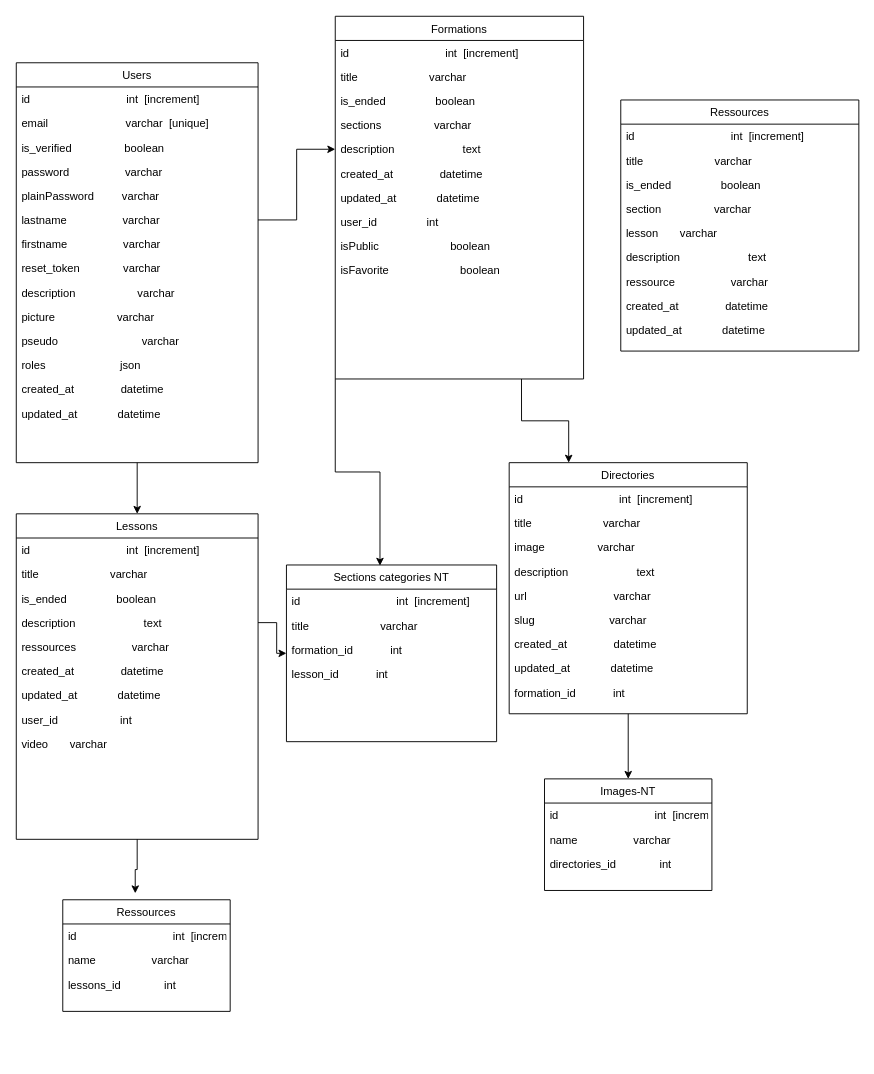
Above: ECO IT/diag_de_classe_ecoit.drawio in cyrisa02/diagrammes-UML (draw.io), before the change. Source tidied: cells renumbered, new cells numbered last; positions are measured from the earlier drawing's top-left corner, leaving out a move shared by most shapes. Both pictures are drawn from the tidied source at 93%, with x=0, y=0 at pixel (16, 16).
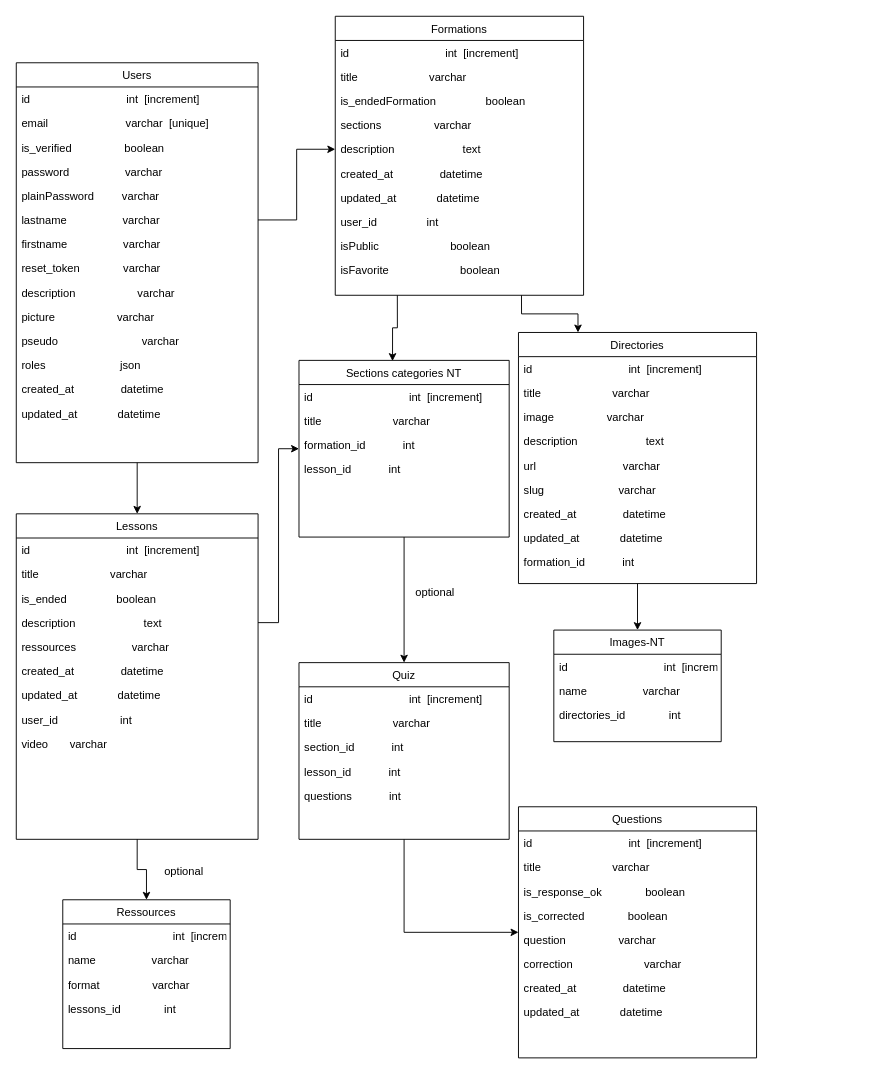
Above is the later version.

The change refers to these unchanged cells:
```xml
<mxCell id="37" value="Lessons" style="swimlane;fontStyle=0;align=center;verticalAlign=top;horizontal=1;startSize=26;rounded=0;shadow=0;strokeWidth=1;" parent="1" vertex="1">
  <mxGeometry y="535" width="260" height="350" as="geometry" />
</mxCell>
```

Change to the diagram source:
```diff
@@
-    <mxCell id="18" style="edgeStyle=orthogonalEdgeStyle;rounded=0;jettySize=auto;html=1;exitX=0;exitY=1;exitDx=0;exitDy=0;entryX=0.445;entryY=0.004;entryDx=0;entryDy=0;entryPerimeter=0;" parent="1" edge="1" source="20" target="31">
+    <mxCell id="18" style="edgeStyle=orthogonalEdgeStyle;rounded=0;jettySize=auto;html=1;entryX=0.445;entryY=0.004;entryDx=0;entryDy=0;entryPerimeter=0;exitX=0.25;exitY=1;exitDx=0;exitDy=0;" parent="1" edge="1" source="20" target="31">
       <mxGeometry relative="1" as="geometry" />
     </mxCell>
@@
     <mxCell id="20" value="Formations" style="swimlane;fontStyle=0;align=center;verticalAlign=top;horizontal=1;startSize=26;rounded=0;shadow=0;strokeWidth=1;" parent="1" vertex="1">
-      <mxGeometry x="343" width="267" height="390" as="geometry" />
+      <mxGeometry x="343" width="267" height="300" as="geometry" />
     </mxCell>
@@
-    <mxCell id="23" value="is_ended                boolean" style="text;align=left;verticalAlign=top;spacingLeft=4;spacingRight=4;overflow=hidden;" parent="20" vertex="1">
+    <mxCell id="23" value="is_endedFormation                boolean" style="text;align=left;verticalAlign=top;spacingLeft=4;spacingRight=4;overflow=hidden;" parent="20" vertex="1">
       <mxGeometry y="78" width="267" height="26" as="geometry" />
     </mxCell>
@@
+    <mxCell id="78" style="edgeStyle=orthogonalEdgeStyle;rounded=0;jettySize=auto;html=1;exitX=0.5;exitY=1;exitDx=0;exitDy=0;" parent="1" edge="1" source="31" target="84">
+      <mxGeometry relative="1" as="geometry" />
+    </mxCell>
     <mxCell id="31" value="Sections categories NT" style="swimlane;fontStyle=0;align=center;verticalAlign=top;horizontal=1;startSize=26;rounded=0;shadow=0;strokeWidth=1;" parent="1" vertex="1">
-      <mxGeometry x="290.5" y="590" width="226" height="190" as="geometry" />
+      <mxGeometry x="304" y="370" width="226" height="190" as="geometry" />
     </mxCell>
@@
-    <mxCell id="36" style="edgeStyle=orthogonalEdgeStyle;rounded=0;jettySize=auto;html=1;exitX=0.5;exitY=1;exitDx=0;exitDy=0;entryX=0.433;entryY=-0.058;entryDx=0;entryDy=0;entryPerimeter=0;" parent="1" edge="1" source="37" target="74">
+    <mxCell id="36" style="edgeStyle=orthogonalEdgeStyle;rounded=0;jettySize=auto;html=1;exitX=0.5;exitY=1;exitDx=0;exitDy=0;entryX=0.5;entryY=0;entryDx=0;entryDy=0;" parent="1" edge="1" source="37" target="74">
       <mxGeometry relative="1" as="geometry" />
     </mxCell>
@@
-    <mxCell id="47" value="Ressources" style="swimlane;fontStyle=0;align=center;verticalAlign=top;horizontal=1;startSize=26;rounded=0;shadow=0;strokeWidth=1;" parent="1" vertex="1">
-      <mxGeometry x="650" y="90" width="256" height="270" as="geometry" />
+    <mxCell id="47" value="Questions" style="swimlane;fontStyle=0;align=center;verticalAlign=top;horizontal=1;startSize=26;rounded=0;shadow=0;strokeWidth=1;" parent="1" vertex="1">
+      <mxGeometry x="540" y="850" width="256" height="270" as="geometry" />
     </mxCell>
@@
+    <mxCell id="79" value="is_response_ok              boolean" style="text;align=left;verticalAlign=top;spacingLeft=4;spacingRight=4;overflow=hidden;" parent="47" vertex="1">
+      <mxGeometry y="78" width="256" height="26" as="geometry" />
+    </mxCell>
-    <mxCell id="50" value="is_ended                boolean" style="text;align=left;verticalAlign=top;spacingLeft=4;spacingRight=4;overflow=hidden;" parent="47" vertex="1">
-      <mxGeometry y="78" width="256" height="26" as="geometry" />
+    <mxCell id="50" value="is_corrected              boolean" style="text;align=left;verticalAlign=top;spacingLeft=4;spacingRight=4;overflow=hidden;" parent="47" vertex="1">
+      <mxGeometry y="104" width="256" height="26" as="geometry" />
     </mxCell>
-    <mxCell id="51" value="section                 varchar" style="text;align=left;verticalAlign=top;spacingLeft=4;spacingRight=4;overflow=hidden;" parent="47" vertex="1">
-      <mxGeometry y="104" width="256" height="26" as="geometry" />
+    <mxCell id="51" value="question                 varchar" style="text;align=left;verticalAlign=top;spacingLeft=4;spacingRight=4;overflow=hidden;" parent="47" vertex="1">
+      <mxGeometry y="130" width="256" height="26" as="geometry" />
     </mxCell>
-    <mxCell id="52" value="lesson       varchar" style="text;align=left;verticalAlign=top;spacingLeft=4;spacingRight=4;overflow=hidden;" parent="47" vertex="1">
-      <mxGeometry y="130" width="256" height="26" as="geometry" />
-    </mxCell>
-    <mxCell id="53" value="description                      text" style="text;align=left;verticalAlign=top;spacingLeft=4;spacingRight=4;overflow=hidden;" parent="47" vertex="1">
-      <mxGeometry y="156" width="256" height="26" as="geometry" />
-    </mxCell>
-    <mxCell id="54" value="ressource                  varchar" style="text;align=left;verticalAlign=top;spacingLeft=4;spacingRight=4;overflow=hidden;" parent="47" vertex="1">
-      <mxGeometry y="182" width="256" height="26" as="geometry" />
-    </mxCell>
+    <mxCell id="80" value="correction                       varchar  " style="text;align=left;verticalAlign=top;spacingLeft=4;spacingRight=4;overflow=hidden;" parent="47" vertex="1">
+      <mxGeometry y="156" width="256" height="26" as="geometry" />
+    </mxCell>
     <mxCell id="55" value="created_at               datetime" style="text;align=left;verticalAlign=top;spacingLeft=4;spacingRight=4;overflow=hidden;" parent="47" vertex="1">
-      <mxGeometry y="208" width="256" height="26" as="geometry" />
+      <mxGeometry y="182" width="256" height="26" as="geometry" />
     </mxCell>
     <mxCell id="56" value="updated_at             datetime" style="text;align=left;verticalAlign=top;spacingLeft=4;spacingRight=4;overflow=hidden;" parent="47" vertex="1">
-      <mxGeometry y="234" width="256" height="26" as="geometry" />
+      <mxGeometry y="208" width="256" height="26" as="geometry" />
     </mxCell>
@@
     <mxCell id="58" value="Directories" style="swimlane;fontStyle=0;align=center;verticalAlign=top;horizontal=1;startSize=26;rounded=0;shadow=0;strokeWidth=1;" parent="1" vertex="1">
-      <mxGeometry x="530" y="480" width="256" height="270" as="geometry" />
+      <mxGeometry x="540" y="340" width="256" height="270" as="geometry" />
     </mxCell>
@@
     <mxCell id="68" value="Images-NT" style="swimlane;fontStyle=0;align=center;verticalAlign=top;horizontal=1;startSize=26;rounded=0;shadow=0;strokeWidth=1;" parent="1" vertex="1">
-      <mxGeometry x="568" y="820" width="180" height="120" as="geometry" />
+      <mxGeometry x="578" y="660" width="180" height="120" as="geometry" />
     </mxCell>
@@
     <mxCell id="74" value="Ressources" style="swimlane;fontStyle=0;align=center;verticalAlign=top;horizontal=1;startSize=26;rounded=0;shadow=0;strokeWidth=1;" parent="1" vertex="1">
-      <mxGeometry x="50" y="950" width="180" height="120" as="geometry" />
+      <mxGeometry x="50" y="950" width="180" height="160" as="geometry" />
     </mxCell>
@@
+    <mxCell id="81" value="format                 varchar&#10;" style="text;align=left;verticalAlign=top;spacingLeft=4;spacingRight=4;overflow=hidden;" parent="74" vertex="1">
+      <mxGeometry y="78" width="180" height="26" as="geometry" />
+    </mxCell>
     <mxCell id="77" value="lessons_id              int" style="text;align=left;verticalAlign=top;spacingLeft=4;spacingRight=4;overflow=hidden;" parent="74" vertex="1">
-      <mxGeometry y="78" width="180" height="26" as="geometry" />
+      <mxGeometry y="104" width="180" height="26" as="geometry" />
     </mxCell>
+    <mxCell id="82" value="optional" style="text;html=1;align=center;verticalAlign=middle;fillColor=none;strokeColor=none;rounded=0;" parent="1" vertex="1">
+      <mxGeometry x="150" y="910" width="60" height="20" as="geometry" />
+    </mxCell>
+    <mxCell id="83" style="edgeStyle=orthogonalEdgeStyle;rounded=0;jettySize=auto;html=1;exitX=0.5;exitY=1;exitDx=0;exitDy=0;entryX=0;entryY=0.5;entryDx=0;entryDy=0;" parent="1" edge="1" source="84" target="47">
+      <mxGeometry relative="1" as="geometry" />
+    </mxCell>
+    <mxCell id="84" value="Quiz" style="swimlane;fontStyle=0;align=center;verticalAlign=top;horizontal=1;startSize=26;rounded=0;shadow=0;strokeWidth=1;" parent="1" vertex="1">
+      <mxGeometry x="304" y="695" width="226" height="190" as="geometry" />
+    </mxCell>
+    <mxCell id="85" value="id                               int  [increment]" style="text;align=left;verticalAlign=top;spacingLeft=4;spacingRight=4;overflow=hidden;" parent="84" vertex="1">
+      <mxGeometry y="26" width="226" height="26" as="geometry" />
+    </mxCell>
+    <mxCell id="86" value="title                       varchar  " style="text;align=left;verticalAlign=top;spacingLeft=4;spacingRight=4;overflow=hidden;" parent="84" vertex="1">
+      <mxGeometry y="52" width="226" height="26" as="geometry" />
+    </mxCell>
+    <mxCell id="87" value="section_id            int" style="text;align=left;verticalAlign=top;spacingLeft=4;spacingRight=4;overflow=hidden;" parent="84" vertex="1">
+      <mxGeometry y="78" width="226" height="26" as="geometry" />
+    </mxCell>
+    <mxCell id="88" value="lesson_id            int" style="text;align=left;verticalAlign=top;spacingLeft=4;spacingRight=4;overflow=hidden;" parent="84" vertex="1">
+      <mxGeometry y="104" width="226" height="26" as="geometry" />
+    </mxCell>
+    <mxCell id="89" value="questions            int" style="text;align=left;verticalAlign=top;spacingLeft=4;spacingRight=4;overflow=hidden;" parent="84" vertex="1">
+      <mxGeometry y="130" width="226" height="26" as="geometry" />
+    </mxCell>
+    <mxCell id="90" value="optional" style="text;html=1;align=center;verticalAlign=middle;fillColor=none;strokeColor=none;rounded=0;" parent="1" vertex="1">
+      <mxGeometry x="420" y="610" width="60" height="20" as="geometry" />
+    </mxCell>
```
